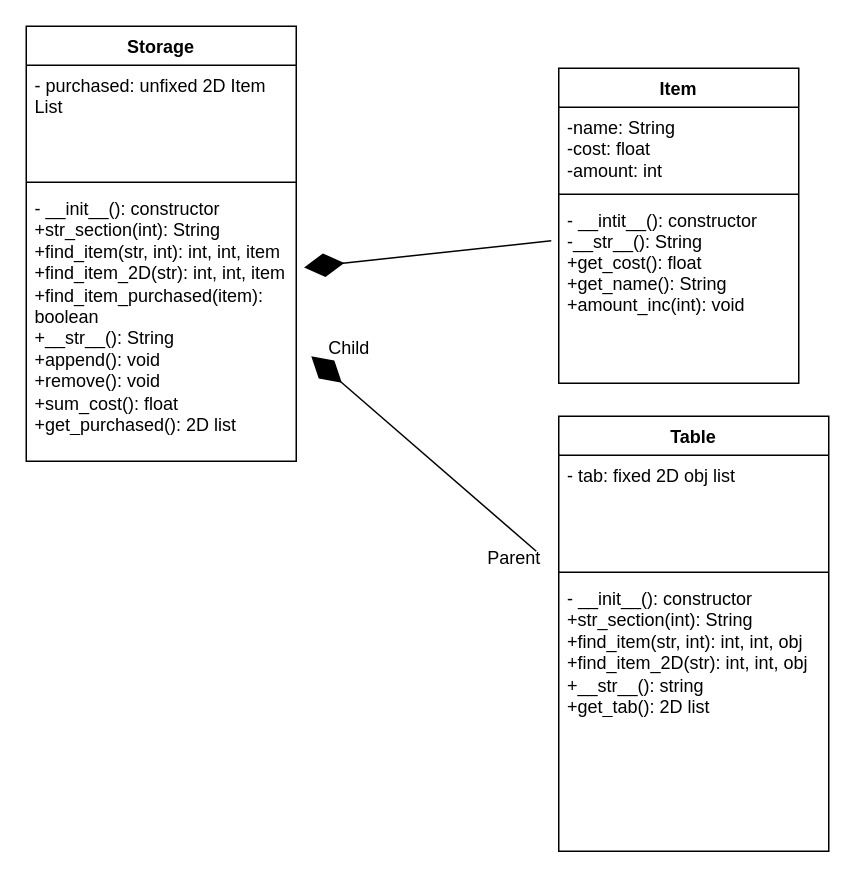
The draw.io diagram Python/Projects/Prj1/Grocery_Store.drawio in Serpent1776/code, before the edit. Source tidied: cells renumbered, new cells numbered last; positions are measured from the earlier drawing's top-left corner, leaving out a move shared by most shapes. Both pictures are drawn from the tidied source at 150%, with x=0, y=0 at pixel (26, 26).
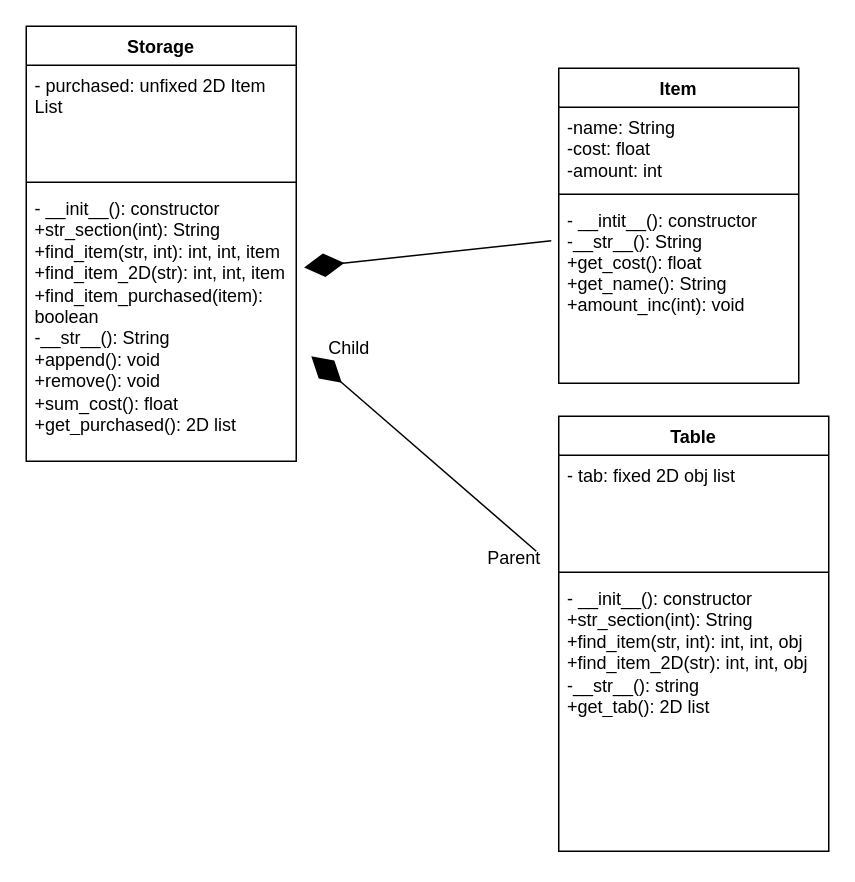
After the change.

Diff of the diagram source:
```diff
@@
 <mxGraphModel>
   <root>
     <mxCell id="0" />
     <mxCell id="1" parent="0" />
     <mxCell id="2" value="Storage&#10;" style="swimlane;fontStyle=1;align=center;verticalAlign=top;horizontal=1;startSize=26;" parent="1" vertex="1">
       <mxGeometry width="180" height="290" as="geometry" />
     </mxCell>
     <mxCell id="3" value="- purchased: unfixed 2D Item List" style="text;strokeColor=none;fillColor=none;align=left;verticalAlign=top;spacingLeft=4;spacingRight=4;overflow=hidden;whiteSpace=wrap;" parent="2" vertex="1">
       <mxGeometry y="26" width="180" height="74" as="geometry" />
     </mxCell>
     <mxCell id="4" style="line;strokeWidth=1;fillColor=none;align=left;verticalAlign=middle;spacingTop=-1;spacingLeft=3;spacingRight=3;labelPosition=right;strokeColor=inherit;" parent="2" vertex="1">
       <mxGeometry y="100" width="180" height="8" as="geometry" />
     </mxCell>
-    <mxCell id="5" value="- __init__(): constructor&#10;+str_section(int): String&#10;+find_item(str, int): int, int, item &#10;+find_item_2D(str): int, int, item&#10;+find_item_purchased(item): boolean&#10;+__str__(): String&#10;+append(): void&#10;+remove(): void&#10;+sum_cost(): float&#10;+get_purchased(): 2D list" style="text;strokeColor=none;fillColor=none;align=left;verticalAlign=top;spacingLeft=4;spacingRight=4;overflow=hidden;points=[[0,0.5],[1,0.5]];portConstraint=eastwest;whiteSpace=wrap;" parent="2" vertex="1">
+    <mxCell id="5" value="- __init__(): constructor&#10;+str_section(int): String&#10;+find_item(str, int): int, int, item &#10;+find_item_2D(str): int, int, item&#10;+find_item_purchased(item): boolean&#10;-__str__(): String&#10;+append(): void&#10;+remove(): void&#10;+sum_cost(): float&#10;+get_purchased(): 2D list" style="text;strokeColor=none;fillColor=none;align=left;verticalAlign=top;spacingLeft=4;spacingRight=4;overflow=hidden;points=[[0,0.5],[1,0.5]];portConstraint=eastwest;whiteSpace=wrap;" parent="2" vertex="1">
       <mxGeometry y="108" width="180" height="182" as="geometry" />
     </mxCell>
     <mxCell id="6" value="Item" style="swimlane;fontStyle=1;align=center;verticalAlign=top;horizontal=1;startSize=26;whiteSpace=wrap;" parent="1" vertex="1">
       <mxGeometry x="355" y="28" width="160" height="210" as="geometry" />
     </mxCell>
     <mxCell id="7" value="-name: String&#10;-cost: float&#10;-amount: int" style="text;strokeColor=none;fillColor=none;align=left;verticalAlign=top;spacingLeft=4;spacingRight=4;overflow=hidden;whiteSpace=wrap;" parent="6" vertex="1">
       <mxGeometry y="26" width="160" height="54" as="geometry" />
     </mxCell>
     <mxCell id="8" style="line;strokeWidth=1;fillColor=none;align=left;verticalAlign=middle;spacingTop=-1;spacingLeft=3;spacingRight=3;labelPosition=right;strokeColor=inherit;" parent="6" vertex="1">
       <mxGeometry y="80" width="160" height="8" as="geometry" />
     </mxCell>
     <mxCell id="9" value="- __intit__(): constructor&#10;-__str__(): String&#10;+get_cost(): float&#10;+get_name(): String&#10;+amount_inc(int): void" style="text;strokeColor=none;fillColor=none;align=left;verticalAlign=top;spacingLeft=4;spacingRight=4;overflow=hidden;" parent="6" vertex="1">
       <mxGeometry y="88" width="160" height="122" as="geometry" />
     </mxCell>
     <mxCell id="10" style="endArrow=diamondThin;endFill=1;endSize=24;html=1;entryX=1.029;entryY=0.29;entryDx=0;entryDy=0;entryPerimeter=0;" parent="1" edge="1" target="5">
       <mxGeometry relative="1" as="geometry">
         <mxPoint x="350" y="143" as="sourcePoint" />
       </mxGeometry>
     </mxCell>
     <mxCell id="11" value="Table" style="swimlane;fontStyle=1;align=center;verticalAlign=top;horizontal=1;startSize=26;" parent="1" vertex="1">
       <mxGeometry x="355" y="260" width="180" height="290" as="geometry" />
     </mxCell>
     <mxCell id="12" value="- tab: fixed 2D obj list&#10;" style="text;strokeColor=none;fillColor=none;align=left;verticalAlign=top;spacingLeft=4;spacingRight=4;overflow=hidden;whiteSpace=wrap;" parent="11" vertex="1">
       <mxGeometry y="26" width="180" height="74" as="geometry" />
     </mxCell>
     <mxCell id="13" style="line;strokeWidth=1;fillColor=none;align=left;verticalAlign=middle;spacingTop=-1;spacingLeft=3;spacingRight=3;labelPosition=right;strokeColor=inherit;" parent="11" vertex="1">
       <mxGeometry y="100" width="180" height="8" as="geometry" />
     </mxCell>
-    <mxCell id="14" value="- __init__(): constructor&#10;+str_section(int): String&#10;+find_item(str, int): int, int, obj &#10;+find_item_2D(str): int, int, obj&#10;+__str__(): string&#10;+get_tab(): 2D list" style="text;strokeColor=none;fillColor=none;align=left;verticalAlign=top;spacingLeft=4;spacingRight=4;overflow=hidden;whiteSpace=wrap;" parent="11" vertex="1">
+    <mxCell id="14" value="- __init__(): constructor&#10;+str_section(int): String&#10;+find_item(str, int): int, int, obj &#10;+find_item_2D(str): int, int, obj&#10;-__str__(): string&#10;+get_tab(): 2D list" style="text;strokeColor=none;fillColor=none;align=left;verticalAlign=top;spacingLeft=4;spacingRight=4;overflow=hidden;whiteSpace=wrap;" parent="11" vertex="1">
       <mxGeometry y="108" width="180" height="182" as="geometry" />
     </mxCell>
     <mxCell id="15" style="endArrow=diamondThin;endFill=1;endSize=24;html=1;" parent="1" edge="1">
       <mxGeometry relative="1" as="geometry">
         <mxPoint x="340" y="350" as="sourcePoint" />
         <mxPoint x="190" y="220" as="targetPoint" />
       </mxGeometry>
     </mxCell>
     <mxCell id="16" value="Parent" style="text;html=1;align=center;verticalAlign=middle;strokeColor=none;fillColor=none;" parent="1" vertex="1">
       <mxGeometry x="295" y="340" width="60" height="30" as="geometry" />
     </mxCell>
     <mxCell id="17" value="Child" style="text;html=1;align=center;verticalAlign=middle;strokeColor=none;fillColor=none;" parent="1" vertex="1">
       <mxGeometry x="190" y="200" width="50" height="30" as="geometry" />
     </mxCell>
   </root>
 </mxGraphModel>
```
